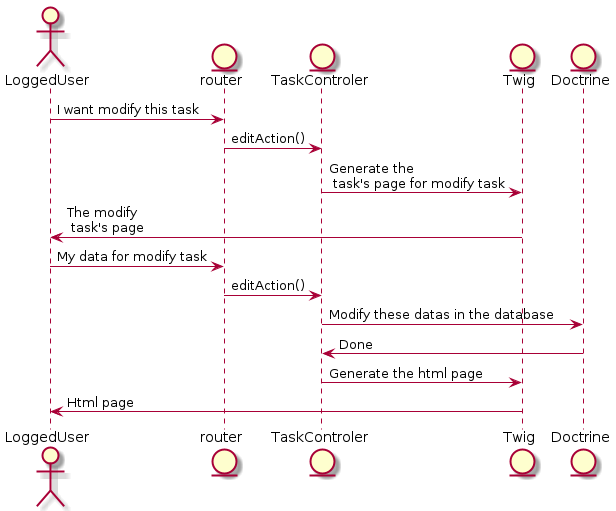
This is documentations/UML/SequenceDiagram_EditTask.png from clopenclassrooms/p8, a PlantUML export, as it was before one commit. Source of this version:
```plantuml
@startuml
    actor LoggedUser
    entity router
    entity TaskControler
    entity Twig
    entity Doctrine

    LoggedUser -> router : I want modify this task
    router -> TaskControler : editAction()
    TaskControler -> Twig : Generate the \n task's page for modify task
    Twig -> LoggedUser : The modify \n task's page
    LoggedUser -> router : My data for modify task
    router -> TaskControler : editAction()
    TaskControler -> Doctrine : Modify these datas in the database
    Doctrine -> TaskControler : Done
    TaskControler -> Twig : Generate the html page
    Twig -> LoggedUser : Html page
@enduml
```
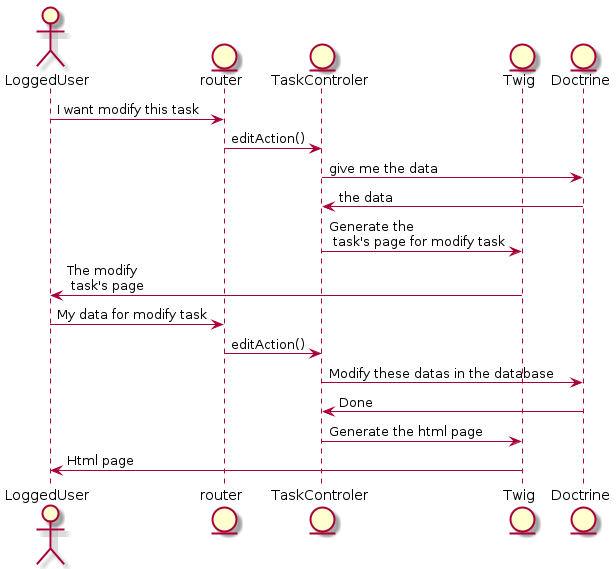
After the change.

What changed in the source:
```diff
@@ -7,6 +7,8 @@
 
     LoggedUser -> router : I want modify this task
     router -> TaskControler : editAction()
+    TaskControler->Doctrine : give me the data
+    Doctrine->TaskControler : the data
     TaskControler -> Twig : Generate the \n task's page for modify task
     Twig -> LoggedUser : The modify \n task's page
     LoggedUser -> router : My data for modify task
```
